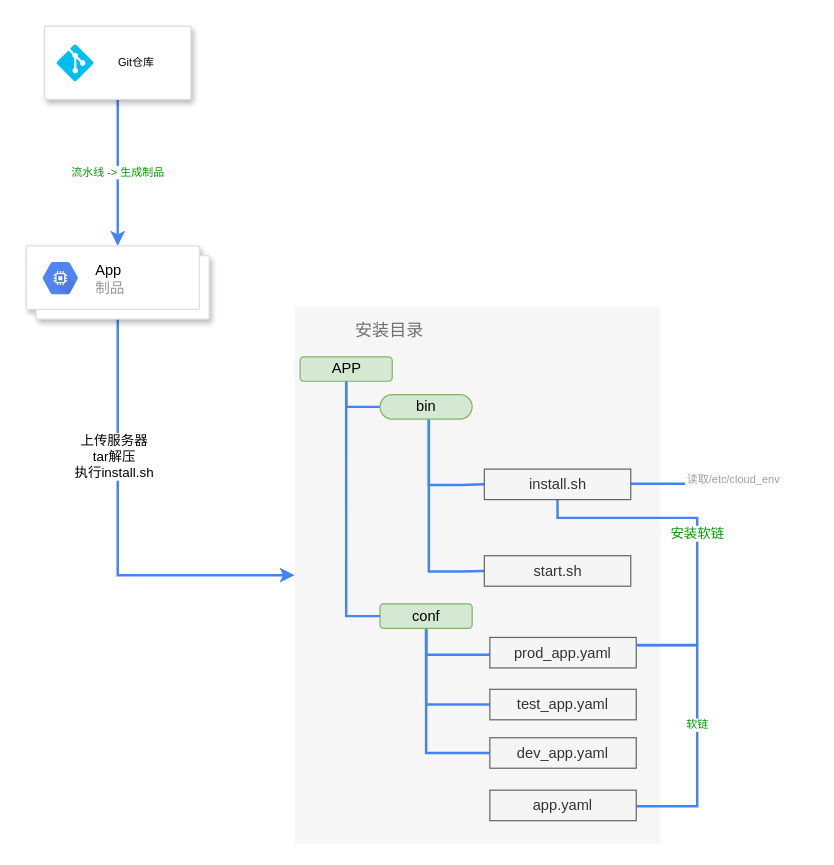
Above: page "制品安装" (6 of 11) of universal-engine/配置中心V1.0.drawio in karlchan-cn/drawio-repository (draw.io), before the change. Source tidied: cells renumbered, new cells numbered last; positions are measured from the earlier drawing's top-left corner, leaving out a move shared by most shapes. Both pictures are drawn from the tidied source at 122%, with x=0, y=0 at pixel (26, 26).
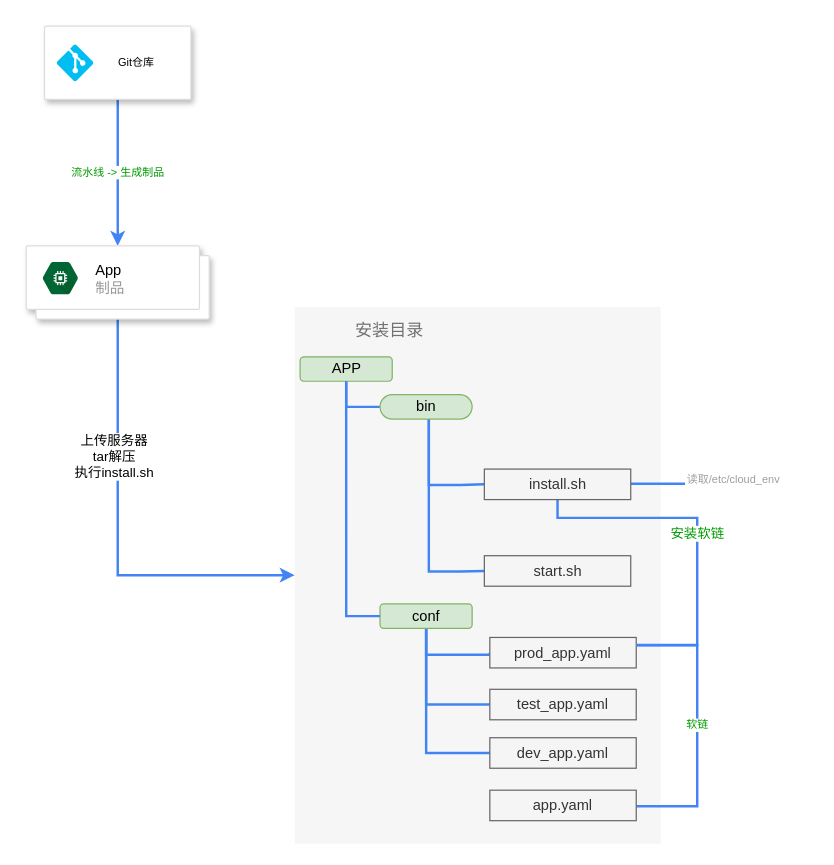
After the change.

The change refers to these unchanged cells:
```xml
<mxCell id="27" style="shape=mxgraph.gcp2.doubleRect;strokeColor=#dddddd;fillColor=#ffffff;shadow=1;strokeWidth=1;fontSize=12;fontColor=#9E9E9E;align=center;html=1;" parent="1" vertex="1">
  <mxGeometry y="180" width="150" height="60" as="geometry" />
</mxCell>
```

Change to the diagram source:
```diff
@@
-    <mxCell id="28" value="&lt;font color=&quot;#000000&quot;&gt;App&lt;/font&gt;&lt;br&gt;制品" style="dashed=0;html=1;fillColor=#5184F3;strokeColor=none;shape=mxgraph.gcp2.hexIcon;prIcon=compute_engine;labelPosition=right;verticalLabelPosition=middle;align=left;verticalAlign=middle;spacingLeft=5;fontColor=#999999;fontSize=12;" parent="27" vertex="1">
+    <mxCell id="28" value="&lt;font color=&quot;#000000&quot;&gt;App&lt;/font&gt;&lt;br&gt;制品" style="dashed=0;html=1;fillColor=#006633;strokeColor=none;shape=mxgraph.gcp2.hexIcon;prIcon=compute_engine;labelPosition=right;verticalLabelPosition=middle;align=left;verticalAlign=middle;spacingLeft=5;fontColor=#999999;fontSize=12;" parent="27" vertex="1">
       <mxGeometry y="0.5" width="44" height="39" relative="1" as="geometry">
         <mxPoint x="6" y="-23" as="offset" />
       </mxGeometry>
     </mxCell>
```
